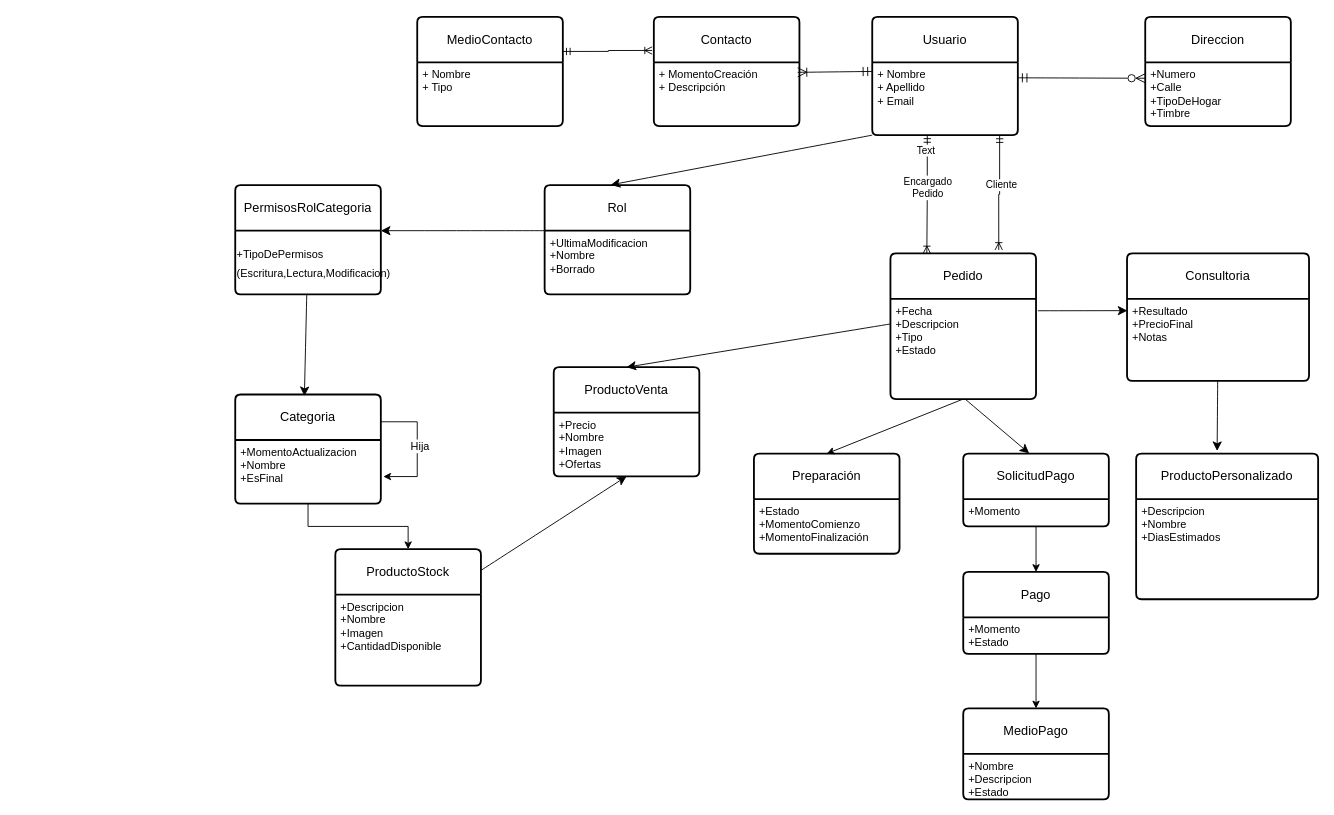
The draw.io diagram propuesta/Modelo de Datos/DiagramasDeDatosDeProcesos.drawio in elelouch/TrabajoFinalAUS, before the edit. Source tidied: cells renumbered, new cells numbered last; positions are measured from the earlier drawing's top-left corner, leaving out a move shared by most shapes. Both pictures are drawn from the tidied source at 91%, with x=0, y=0 at pixel (235, 16).
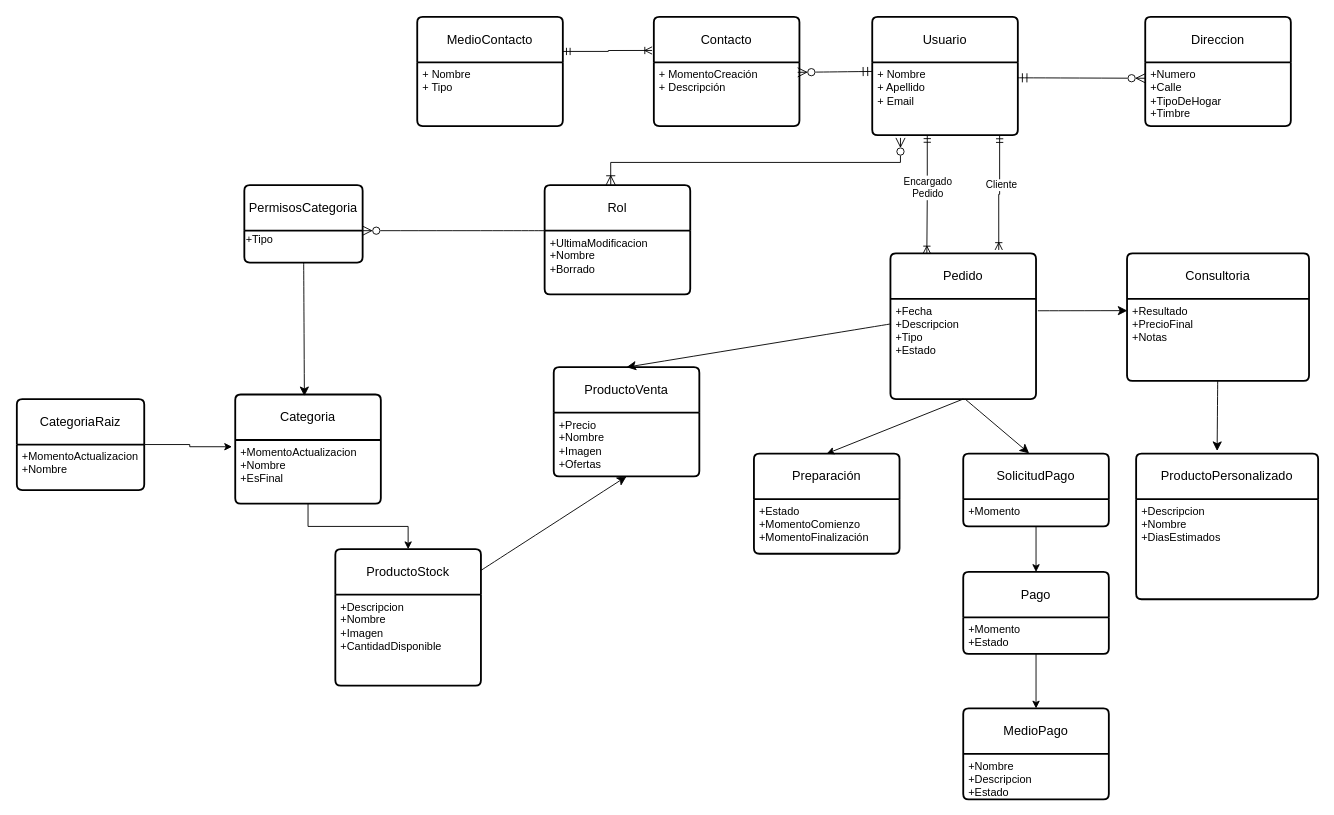
Above is the later version.

Unchanged cells that the change refers to:
```xml
<mxCell id="3" value="+ Nombre&lt;br&gt;+ Apellido&lt;div&gt;+ Email&lt;/div&gt;" style="align=left;strokeColor=none;fillColor=none;spacingLeft=4;spacingRight=4;fontSize=12;verticalAlign=top;html=1;whiteSpace=wrap;" parent="2" vertex="1">
  <mxGeometry y="50" width="160" height="80" as="geometry" />
</mxCell>
<mxCell id="13" value="Categoria" style="swimlane;horizontal=1;startSize=50;rounded=1;fontSize=14;fontStyle=0;strokeWidth=2;shadow=0;dashed=0;align=center;arcSize=4;whiteSpace=wrap;html=1;" parent="1" vertex="1">
  <mxGeometry y="415" width="160" height="120" as="geometry" />
</mxCell>
<mxCell id="14" value="+MomentoActualizacion&lt;br&gt;+Nombre&lt;div&gt;+EsFinal&lt;/div&gt;" style="align=left;strokeColor=none;fillColor=none;spacingLeft=4;spacingRight=4;fontSize=12;verticalAlign=top;html=1;whiteSpace=wrap;" parent="13" vertex="1">
  <mxGeometry y="50" width="160" height="70" as="geometry" />
</mxCell>
<mxCell id="20" value="+ MomentoCreación&lt;br&gt;+ Descripción" style="align=left;strokeColor=none;fillColor=none;spacingLeft=4;spacingRight=4;fontSize=12;verticalAlign=top;html=1;whiteSpace=wrap;" parent="19" vertex="1">
  <mxGeometry y="50" width="160" height="70" as="geometry" />
</mxCell>
<mxCell id="21" style="edgeStyle=orthogonalEdgeStyle;rounded=0;jettySize=auto;html=1;exitX=0.378;exitY=0.998;exitDx=0;exitDy=0;entryX=0.25;entryY=0;entryDx=0;entryDy=0;exitPerimeter=0;endArrow=ERoneToMany;endFill=0;startArrow=ERmandOne;startFill=0;" parent="1" edge="1" source="3" target="4">
  <mxGeometry relative="1" as="geometry" />
</mxCell>
<mxCell id="40" value="Rol" style="swimlane;horizontal=1;startSize=50;rounded=1;fontSize=14;fontStyle=0;strokeWidth=2;shadow=0;dashed=0;align=center;arcSize=4;whiteSpace=wrap;html=1;" parent="1" vertex="1">
  <mxGeometry x="340" y="185" width="160" height="120" as="geometry" />
</mxCell>
<mxCell id="41" value="+UltimaModificacion&lt;div&gt;+Nombre&lt;/div&gt;&lt;div&gt;+Borrado&lt;/div&gt;" style="align=left;strokeColor=none;fillColor=none;spacingLeft=4;spacingRight=4;fontSize=12;verticalAlign=top;html=1;whiteSpace=wrap;" parent="40" vertex="1">
  <mxGeometry y="50" width="160" height="70" as="geometry" />
</mxCell>
```

Change to the diagram source:
```diff
@@
-    <mxCell id="15" style="edgeStyle=orthogonalEdgeStyle;rounded=0;jettySize=auto;html=1;exitX=1;exitY=0.25;exitDx=0;exitDy=0;entryX=1.017;entryY=0.574;entryDx=0;entryDy=0;entryPerimeter=0;" parent="13" edge="1" source="13" target="14">
-      <mxGeometry relative="1" as="geometry">
-        <Array as="points">
-          <mxPoint x="200" y="30" />
-          <mxPoint x="200" y="90" />
-        </Array>
-      </mxGeometry>
-    </mxCell>
-    <mxCell id="16" value="Hija" style="edgeLabel;html=1;align=center;verticalAlign=middle;fontSize=12;" parent="15" vertex="1">
-      <mxGeometry x="-0.04" y="2" relative="1" as="geometry" />
-    </mxCell>
@@
-    <mxCell id="23" value="Text" style="edgeLabel;html=1;align=center;verticalAlign=middle;" parent="21" vertex="1">
-      <mxGeometry x="-0.74" y="-2" relative="1" as="geometry" />
-    </mxCell>
@@
-    <mxCell id="27" style="edgeStyle=none;curved=1;rounded=0;jettySize=auto;html=1;entryX=0;entryY=0.125;entryDx=0;entryDy=0;entryPerimeter=0;fontSize=12;startSize=8;endSize=8;exitX=0.988;exitY=0.157;exitDx=0;exitDy=0;exitPerimeter=0;endArrow=ERmandOne;endFill=0;startArrow=ERoneToMany;startFill=0;" parent="1" edge="1" source="20" target="3">
+    <mxCell id="27" style="edgeStyle=none;curved=1;rounded=0;jettySize=auto;html=1;entryX=0;entryY=0.125;entryDx=0;entryDy=0;entryPerimeter=0;fontSize=12;startSize=8;endSize=8;exitX=0.988;exitY=0.157;exitDx=0;exitDy=0;exitPerimeter=0;endArrow=ERmandOne;endFill=0;startArrow=ERzeroToMany;startFill=0;" parent="1" edge="1" source="20" target="3">
       <mxGeometry relative="1" as="geometry" />
     </mxCell>
@@
-    <mxCell id="42" value="PermisosRolCategoria" style="swimlane;horizontal=1;startSize=50;rounded=1;fontSize=14;fontStyle=0;strokeWidth=2;shadow=0;dashed=0;align=center;arcSize=4;whiteSpace=wrap;html=1;" parent="1" vertex="1">
-      <mxGeometry y="185" width="160" height="120" as="geometry" />
+    <mxCell id="42" value="PermisosCategoria" style="swimlane;horizontal=1;startSize=50;rounded=1;fontSize=14;fontStyle=0;strokeWidth=2;shadow=0;dashed=0;align=center;arcSize=4;whiteSpace=wrap;html=1;" parent="1" vertex="1">
+      <mxGeometry x="10" y="185" width="130" height="85" as="geometry" />
     </mxCell>
-    <mxCell id="43" value="&lt;font style=&quot;font-size: 12px;&quot;&gt;+TipoDePermisos&lt;/font&gt;&lt;div&gt;&lt;font style=&quot;font-size: 12px;&quot;&gt;(Escritura,Lectura,Modificacion)&lt;/font&gt;&lt;/div&gt;" style="text;strokeColor=none;fillColor=none;html=1;align=left;verticalAlign=middle;whiteSpace=wrap;rounded=0;fontSize=16;" parent="42" vertex="1">
-      <mxGeometry y="50" width="160" height="70" as="geometry" />
+    <mxCell id="43" value="&lt;font style=&quot;font-size: 12px;&quot;&gt;+Tipo&lt;/font&gt;&lt;div&gt;&lt;br&gt;&lt;/div&gt;" style="text;strokeColor=none;fillColor=none;html=1;align=left;verticalAlign=middle;whiteSpace=wrap;rounded=0;fontSize=16;" parent="42" vertex="1">
+      <mxGeometry y="50" width="130" height="35" as="geometry" />
     </mxCell>
-    <mxCell id="44" style="edgeStyle=none;curved=1;rounded=0;jettySize=auto;html=1;exitX=0;exitY=1;exitDx=0;exitDy=0;fontSize=12;startSize=8;endSize=8;entryX=0.454;entryY=-0.003;entryDx=0;entryDy=0;entryPerimeter=0;" parent="1" edge="1" source="3" target="40">
-      <mxGeometry relative="1" as="geometry" />
+    <mxCell id="44" style="edgeStyle=orthogonalEdgeStyle;rounded=0;jettySize=auto;html=1;exitX=0.194;exitY=1.038;exitDx=0;exitDy=0;fontSize=12;startSize=8;endSize=8;entryX=0.454;entryY=-0.003;entryDx=0;entryDy=0;entryPerimeter=0;startArrow=ERzeroToMany;startFill=0;endArrow=ERoneToMany;endFill=0;exitPerimeter=0;" parent="1" edge="1" source="3" target="40">
+      <mxGeometry relative="1" as="geometry">
+        <Array as="points">
+          <mxPoint x="731" y="160" />
+          <mxPoint x="413" y="160" />
+        </Array>
+      </mxGeometry>
     </mxCell>
-    <mxCell id="45" style="edgeStyle=none;curved=1;rounded=0;jettySize=auto;html=1;fontSize=12;startSize=8;endSize=8;entryX=1;entryY=0;entryDx=0;entryDy=0;exitX=0;exitY=0;exitDx=0;exitDy=0;" parent="1" edge="1" source="41" target="43">
+    <mxCell id="45" style="edgeStyle=none;curved=1;rounded=0;jettySize=auto;html=1;fontSize=12;startSize=8;endSize=8;entryX=1;entryY=0;entryDx=0;entryDy=0;exitX=0;exitY=0;exitDx=0;exitDy=0;endArrow=ERzeroToMany;endFill=0;" parent="1" edge="1" source="41" target="43">
       <mxGeometry relative="1" as="geometry" />
     </mxCell>
@@
+    <mxCell id="56" style="edgeStyle=orthogonalEdgeStyle;rounded=0;jettySize=auto;html=1;entryX=-0.022;entryY=0.106;entryDx=0;entryDy=0;entryPerimeter=0;" parent="1" edge="1" source="57" target="14">
+      <mxGeometry relative="1" as="geometry" />
+    </mxCell>
+    <mxCell id="57" value="CategoriaRaiz" style="swimlane;horizontal=1;startSize=50;rounded=1;fontSize=14;fontStyle=0;strokeWidth=2;shadow=0;dashed=0;align=center;arcSize=4;whiteSpace=wrap;html=1;" parent="1" vertex="1">
+      <mxGeometry x="-240" y="420" width="140" height="100" as="geometry" />
+    </mxCell>
+    <mxCell id="58" value="+MomentoActualizacion&lt;br&gt;+Nombre" style="align=left;strokeColor=none;fillColor=none;spacingLeft=4;spacingRight=4;fontSize=12;verticalAlign=top;html=1;whiteSpace=wrap;" parent="57" vertex="1">
+      <mxGeometry y="50" width="140" height="50" as="geometry" />
+    </mxCell>
```
